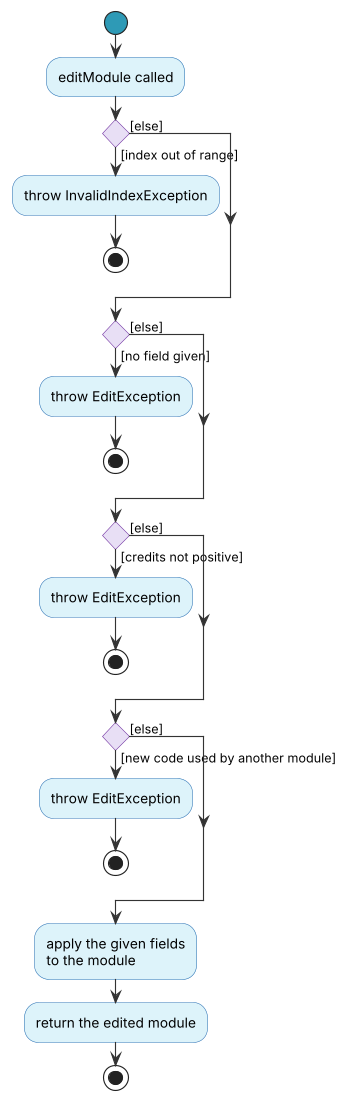
The PlantUML diagram docs/images/EditActivity.png in AY2627S1-CS2113-T11-2/tp, before a commit.
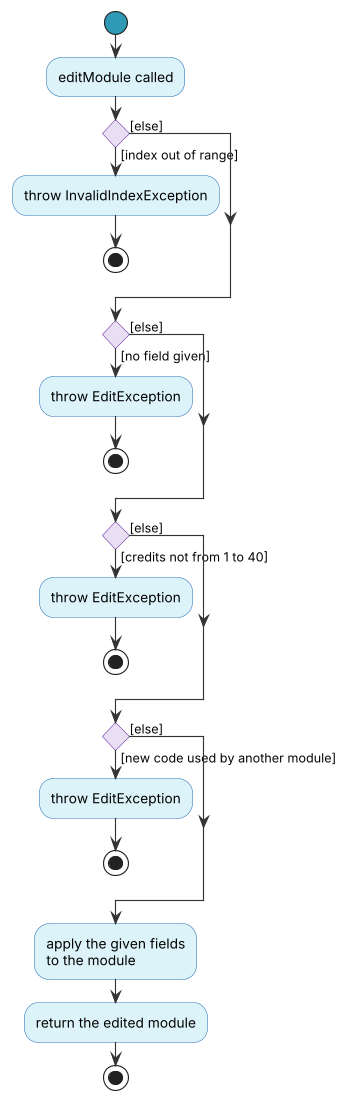
The same file after the commit.

Change to the diagram source:
```diff
@@ -13,7 +13,7 @@
     stop
 else ([else])
 endif
-if () then ([credits not positive])
+if () then ([credits not from 1 to 40])
     :throw EditException;
     stop
 else ([else])
```
